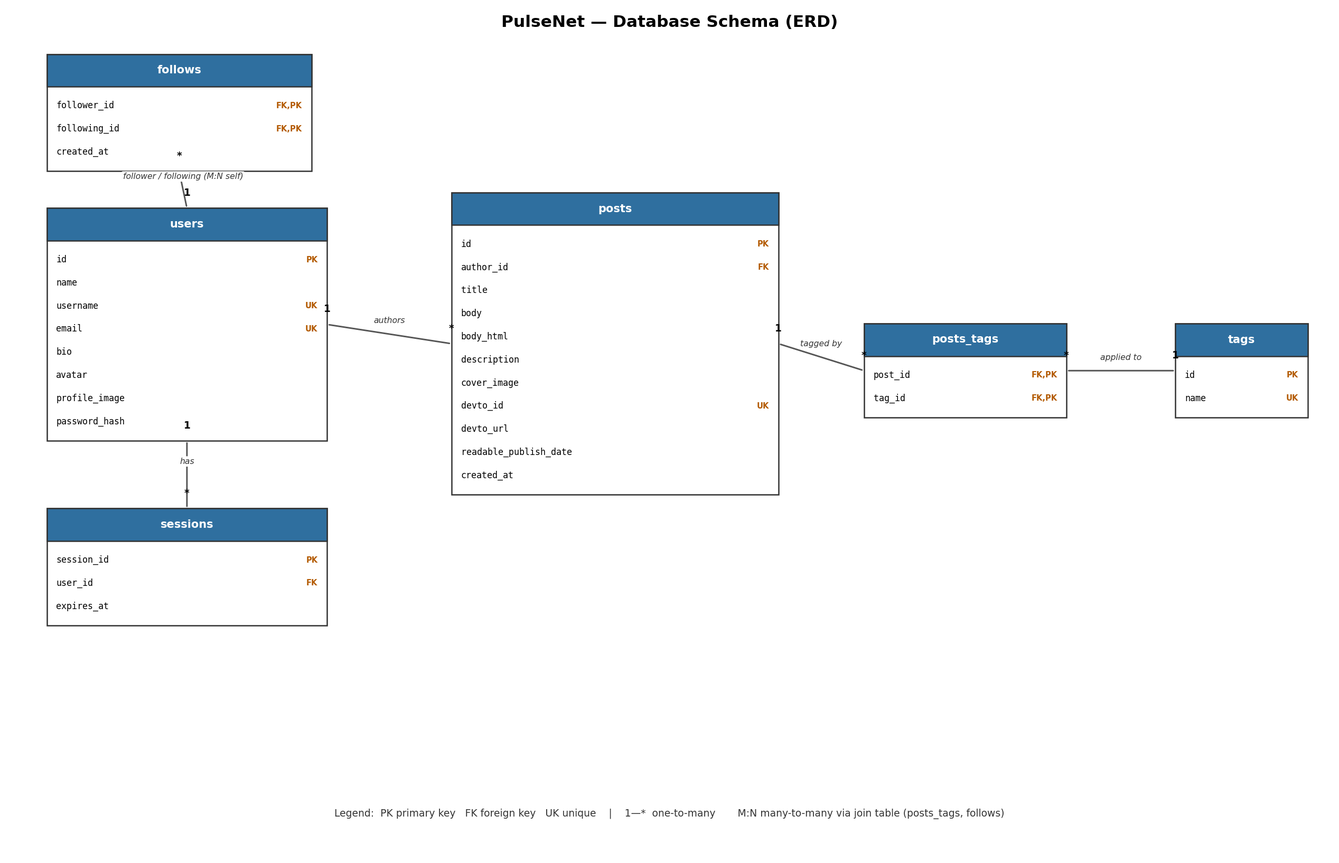
Nadav-Shalev/PulseNet keeps this Mermaid diagram as docs/db-diagram.png. Above is the earlier version. Its source is kept beside it as docs/db-diagram.mmd. Source of this version:
```mermaid
erDiagram
    users      ||--o{ posts     : "authors (1-to-many)"
    users      ||--o{ sessions  : "has (1-to-many)"
    posts      ||--o{ posts_tags : "tagged by"
    tags       ||--o{ posts_tags : "applied to"
    users      ||--o{ follows   : "is follower"
    users      ||--o{ follows   : "is followed"

    users {
        int          id            PK
        varchar      name
        varchar      username      UK
        varchar      email         UK
        text         bio
        varchar      avatar
        varchar      profile_image
        varchar      password_hash
    }

    sessions {
        varchar   session_id  PK
        int       user_id     FK
        timestamp expires_at
    }

    posts {
        int       id                    PK
        int       author_id             FK
        varchar   title
        text      body
        longtext  body_html
        text      description
        varchar   cover_image
        int       devto_id              UK
        varchar   devto_url
        varchar   readable_publish_date
        timestamp created_at
    }

    tags {
        int     id    PK
        varchar name  UK
    }

    posts_tags {
        int post_id PK, FK
        int tag_id  PK, FK
    }

    follows {
        int       follower_id  PK, FK
        int       following_id PK, FK
        timestamp created_at
    }
```
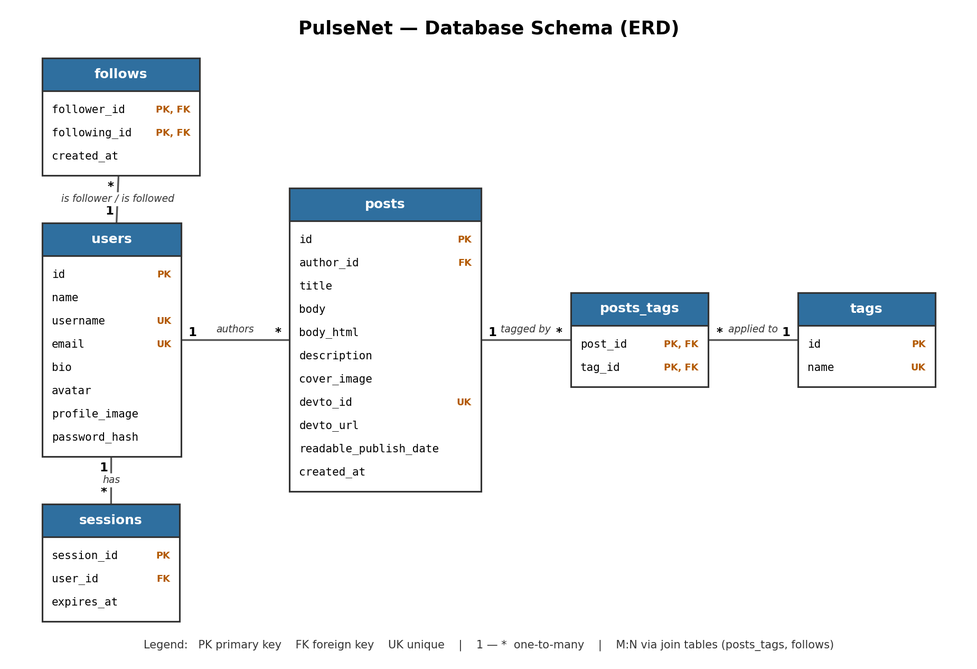
After the commit.

Commit message:
docs: generate the ERD (PNG and Mermaid) from schema.sql

What changed in the source:
```diff
@@ -1,25 +1,25 @@
 erDiagram
-    users      ||--o{ posts     : "authors (1-to-many)"
-    users      ||--o{ sessions  : "has (1-to-many)"
-    posts      ||--o{ posts_tags : "tagged by"
-    tags       ||--o{ posts_tags : "applied to"
-    users      ||--o{ follows   : "is follower"
-    users      ||--o{ follows   : "is followed"
+    users ||--o{ sessions   : "has"
+    users ||--o{ posts      : "authors"
+    posts ||--o{ posts_tags : "tagged by"
+    tags  ||--o{ posts_tags : "applied to"
+    users ||--o{ follows    : "is follower"
+    users ||--o{ follows    : "is followed"
 
     users {
-        int          id            PK
-        varchar      name
-        varchar      username      UK
-        varchar      email         UK
-        text         bio
-        varchar      avatar
-        varchar      profile_image
-        varchar      password_hash
+        int     id            PK
+        varchar name
+        varchar username      UK
+        varchar email         UK
+        text    bio
+        varchar avatar
+        varchar profile_image
+        varchar password_hash
     }
 
     sessions {
-        varchar   session_id  PK
-        int       user_id     FK
+        varchar   session_id PK
+        int       user_id    FK
         timestamp expires_at
     }
 
@@ -38,8 +38,8 @@
     }
 
     tags {
-        int     id    PK
-        varchar name  UK
+        int     id   PK
+        varchar name UK
     }
 
     posts_tags {
```
